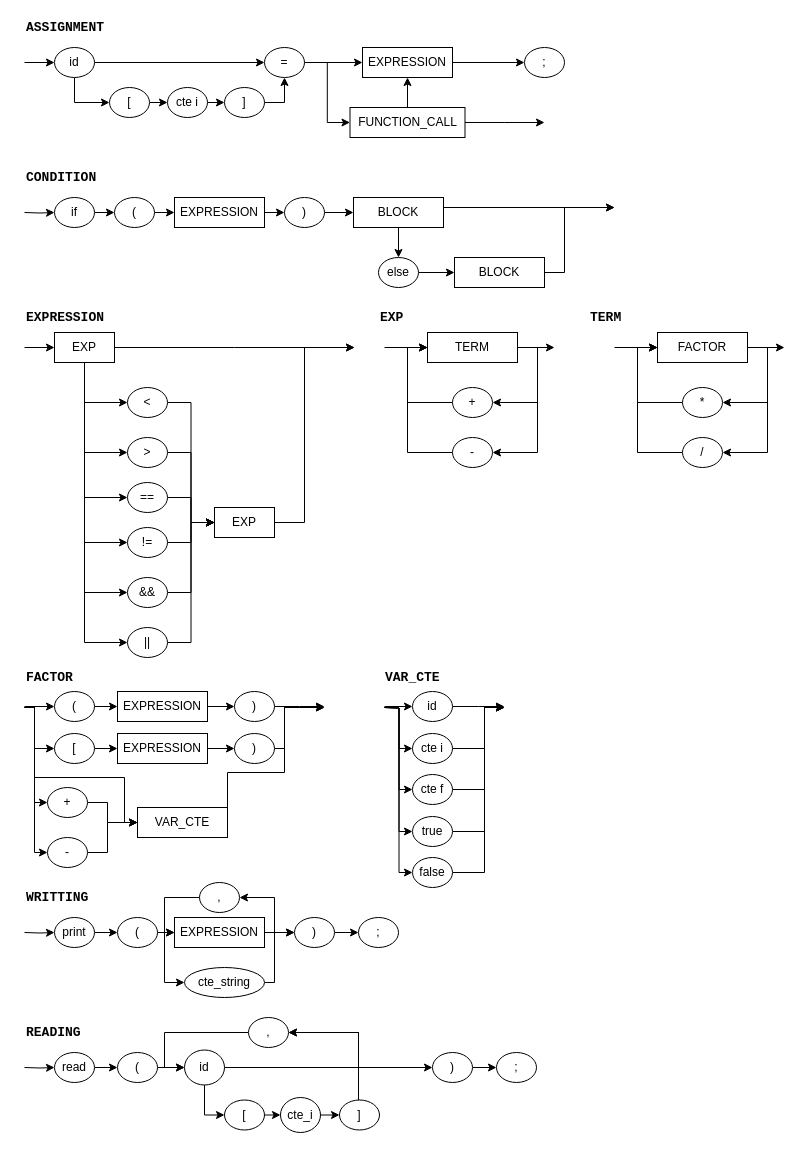
Earlier version of the draw.io diagram page "Page-3" (3 of 4) of documentacion/diagramasGramaticaMaps.drawio (RCH010/manchas). Source tidied: cells renumbered, new cells numbered last; positions are measured from the earlier drawing's top-left corner, leaving out a move shared by most shapes. Both pictures are drawn from the tidied source at 100%, with x=0, y=0 at pixel (24, 17).
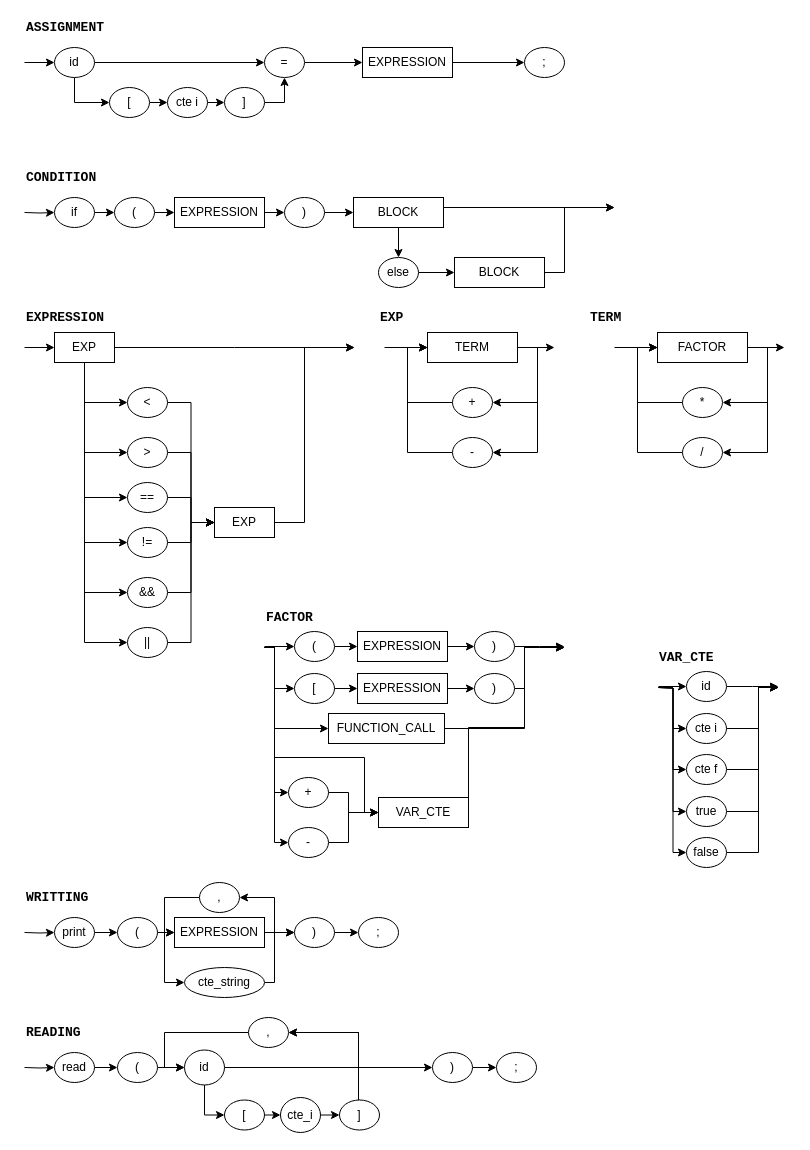
After the change.

The change refers to these unchanged cells:
```xml
<mxCell id="9" value="=" style="ellipse;whiteSpace=wrap;html=1;" parent="1" vertex="1">
  <mxGeometry x="240" y="30" width="40" height="30" as="geometry" />
</mxCell>
<mxCell id="11" value="EXPRESSION" style="whiteSpace=wrap;html=1;" parent="1" vertex="1">
  <mxGeometry x="338" y="30" width="90" height="30" as="geometry" />
</mxCell>
```

Change to the diagram source:
```diff
@@
-    <mxCell id="8" style="edgeStyle=orthogonalEdgeStyle;rounded=0;jettySize=auto;html=1;exitX=1;exitY=0.5;exitDx=0;exitDy=0;entryX=0;entryY=0.5;entryDx=0;entryDy=0;" parent="1" edge="1" source="9" target="153">
-      <mxGeometry relative="1" as="geometry" />
-    </mxCell>
@@
     <mxCell id="80" value="FACTOR" style="text;html=1;align=left;verticalAlign=middle;fontStyle=1;fontSize=13;fontFamily=Courier New;" parent="1" vertex="1">
-      <mxGeometry y="650" width="60" height="20" as="geometry" />
+      <mxGeometry x="240" y="590" width="60" height="20" as="geometry" />
     </mxCell>
@@
     <mxCell id="82" value="(" style="ellipse;whiteSpace=wrap;html=1;" parent="1" vertex="1">
-      <mxGeometry x="30" y="674" width="40" height="30" as="geometry" />
+      <mxGeometry x="270" y="614" width="40" height="30" as="geometry" />
     </mxCell>
     <mxCell id="83" style="endArrow=classic;html=1;entryX=0;entryY=0.5;entryDx=0;entryDy=0;" parent="1" edge="1" target="82">
       <mxGeometry relative="1" as="geometry">
-        <mxPoint y="689" as="sourcePoint" />
+        <mxPoint x="240" y="629" as="sourcePoint" />
       </mxGeometry>
     </mxCell>
@@
     <mxCell id="85" value="EXPRESSION" style="whiteSpace=wrap;html=1;" parent="1" vertex="1">
-      <mxGeometry x="93" y="674" width="90" height="30" as="geometry" />
+      <mxGeometry x="333" y="614" width="90" height="30" as="geometry" />
     </mxCell>
     <mxCell id="86" style="edgeStyle=orthogonalEdgeStyle;rounded=0;jettySize=auto;html=1;exitX=1;exitY=0.5;exitDx=0;exitDy=0;fontFamily=Courier New;fontSize=13;startArrow=none;startFill=0;endArrow=classic;endFill=1;" parent="1" edge="1" source="87">
       <mxGeometry relative="1" as="geometry">
-        <mxPoint x="300" y="689" as="targetPoint" />
+        <mxPoint x="540" y="629" as="targetPoint" />
       </mxGeometry>
     </mxCell>
     <mxCell id="87" value=")" style="ellipse;whiteSpace=wrap;html=1;" parent="1" vertex="1">
-      <mxGeometry x="210" y="674" width="40" height="30" as="geometry" />
+      <mxGeometry x="450" y="614" width="40" height="30" as="geometry" />
     </mxCell>
     <mxCell id="88" style="edgeStyle=orthogonalEdgeStyle;rounded=0;jettySize=auto;html=1;exitX=1;exitY=0.5;exitDx=0;exitDy=0;entryX=0;entryY=0.5;entryDx=0;entryDy=0;fontFamily=Courier New;fontSize=13;startArrow=none;startFill=0;endArrow=classic;endFill=1;" parent="1" edge="1" source="89" target="93">
       <mxGeometry relative="1" as="geometry">
         <Array as="points">
-          <mxPoint x="83" y="785" />
-          <mxPoint x="83" y="805" />
+          <mxPoint x="324" y="775" />
+          <mxPoint x="324" y="795" />
         </Array>
       </mxGeometry>
     </mxCell>
     <mxCell id="89" value="+" style="ellipse;whiteSpace=wrap;html=1;" parent="1" vertex="1">
-      <mxGeometry x="23" y="770" width="40" height="30" as="geometry" />
+      <mxGeometry x="264" y="760" width="40" height="30" as="geometry" />
     </mxCell>
     <mxCell id="90" style="edgeStyle=orthogonalEdgeStyle;rounded=0;jettySize=auto;html=1;exitX=1;exitY=0.5;exitDx=0;exitDy=0;entryX=0;entryY=0.5;entryDx=0;entryDy=0;fontFamily=Courier New;fontSize=13;startArrow=none;startFill=0;endArrow=classic;endFill=1;" parent="1" edge="1" source="91" target="93">
       <mxGeometry relative="1" as="geometry">
         <Array as="points">
-          <mxPoint x="83" y="835" />
-          <mxPoint x="83" y="805" />
+          <mxPoint x="324" y="825" />
+          <mxPoint x="324" y="795" />
         </Array>
       </mxGeometry>
     </mxCell>
     <mxCell id="91" value="-" style="ellipse;whiteSpace=wrap;html=1;" parent="1" vertex="1">
-      <mxGeometry x="23" y="820" width="40" height="30" as="geometry" />
+      <mxGeometry x="264" y="810" width="40" height="30" as="geometry" />
     </mxCell>
     <mxCell id="92" style="edgeStyle=orthogonalEdgeStyle;rounded=0;jettySize=auto;html=1;exitX=1;exitY=0.5;exitDx=0;exitDy=0;fontFamily=Courier New;fontSize=13;startArrow=none;startFill=0;endArrow=classic;endFill=1;" parent="1" edge="1" source="93">
       <mxGeometry relative="1" as="geometry">
-        <mxPoint x="300" y="690" as="targetPoint" />
+        <mxPoint x="540" y="630" as="targetPoint" />
         <Array as="points">
-          <mxPoint x="260" y="755" />
-          <mxPoint x="260" y="690" />
+          <mxPoint x="444" y="710" />
+          <mxPoint x="500" y="710" />
+          <mxPoint x="500" y="630" />
         </Array>
       </mxGeometry>
     </mxCell>
     <mxCell id="93" value="VAR_CTE" style="whiteSpace=wrap;html=1;" parent="1" vertex="1">
-      <mxGeometry x="113" y="790" width="90" height="30" as="geometry" />
+      <mxGeometry x="354" y="780" width="90" height="30" as="geometry" />
     </mxCell>
     <mxCell id="94" style="endArrow=classic;html=1;entryX=0;entryY=0.5;entryDx=0;entryDy=0;rounded=0;edgeStyle=orthogonalEdgeStyle;" parent="1" edge="1" target="89">
       <mxGeometry relative="1" as="geometry">
-        <mxPoint y="690" as="sourcePoint" />
+        <mxPoint x="240" y="630" as="sourcePoint" />
         <Array as="points">
-          <mxPoint x="10" y="690" />
-          <mxPoint x="10" y="785" />
+          <mxPoint x="250" y="630" />
+          <mxPoint x="250" y="775" />
         </Array>
       </mxGeometry>
     </mxCell>
     <mxCell id="95" style="endArrow=classic;html=1;entryX=0;entryY=0.5;entryDx=0;entryDy=0;rounded=0;edgeStyle=orthogonalEdgeStyle;" parent="1" edge="1" target="91">
       <mxGeometry relative="1" as="geometry">
-        <mxPoint y="690" as="sourcePoint" />
+        <mxPoint x="240" y="630" as="sourcePoint" />
         <Array as="points">
-          <mxPoint x="10" y="690" />
-          <mxPoint x="10" y="835" />
+          <mxPoint x="250" y="630" />
+          <mxPoint x="250" y="825" />
         </Array>
       </mxGeometry>
     </mxCell>
     <mxCell id="96" style="endArrow=classic;html=1;entryX=0;entryY=0.5;entryDx=0;entryDy=0;rounded=0;edgeStyle=orthogonalEdgeStyle;" parent="1" edge="1" target="93">
       <mxGeometry relative="1" as="geometry">
-        <mxPoint y="690" as="sourcePoint" />
+        <mxPoint x="240" y="630" as="sourcePoint" />
         <Array as="points">
-          <mxPoint x="10" y="690" />
-          <mxPoint x="10" y="760" />
-          <mxPoint x="100" y="760" />
-          <mxPoint x="100" y="805" />
+          <mxPoint x="250" y="630" />
+          <mxPoint x="250" y="740" />
+          <mxPoint x="340" y="740" />
+          <mxPoint x="340" y="795" />
         </Array>
       </mxGeometry>
     </mxCell>
     <mxCell id="97" value="VAR_CTE" style="text;html=1;align=left;verticalAlign=middle;fontStyle=1;fontSize=13;fontFamily=Courier New;" parent="1" vertex="1">
-      <mxGeometry x="359" y="650" width="70" height="20" as="geometry" />
+      <mxGeometry x="633" y="630" width="70" height="20" as="geometry" />
     </mxCell>
     <mxCell id="98" style="edgeStyle=orthogonalEdgeStyle;rounded=0;jettySize=auto;html=1;exitX=1;exitY=0.5;exitDx=0;exitDy=0;fontFamily=Courier New;fontSize=13;startArrow=none;startFill=0;endArrow=classic;endFill=1;" parent="1" edge="1" source="99">
       <mxGeometry relative="1" as="geometry">
-        <mxPoint x="480" y="689" as="targetPoint" />
+        <mxPoint x="754" y="669" as="targetPoint" />
       </mxGeometry>
     </mxCell>
     <mxCell id="99" value="id" style="ellipse;whiteSpace=wrap;html=1;" parent="1" vertex="1">
-      <mxGeometry x="388" y="674" width="40" height="30" as="geometry" />
+      <mxGeometry x="662" y="654" width="40" height="30" as="geometry" />
     </mxCell>
     <mxCell id="100" style="endArrow=classic;html=1;entryX=0;entryY=0.5;entryDx=0;entryDy=0;" parent="1" edge="1" target="99">
       <mxGeometry relative="1" as="geometry">
-        <mxPoint x="360" y="689" as="sourcePoint" />
+        <mxPoint x="634" y="669" as="sourcePoint" />
       </mxGeometry>
     </mxCell>
     <mxCell id="101" style="edgeStyle=orthogonalEdgeStyle;rounded=0;jettySize=auto;html=1;exitX=1;exitY=0.5;exitDx=0;exitDy=0;fontFamily=Courier New;fontSize=13;startArrow=none;startFill=0;endArrow=classic;endFill=1;" parent="1" edge="1" source="102">
       <mxGeometry relative="1" as="geometry">
-        <mxPoint x="480" y="690" as="targetPoint" />
+        <mxPoint x="754" y="670" as="targetPoint" />
         <Array as="points">
-          <mxPoint x="460" y="731" />
-          <mxPoint x="460" y="690" />
+          <mxPoint x="734" y="711" />
+          <mxPoint x="734" y="670" />
         </Array>
       </mxGeometry>
     </mxCell>
     <mxCell id="102" value="cte i" style="ellipse;whiteSpace=wrap;html=1;" parent="1" vertex="1">
-      <mxGeometry x="388" y="716" width="40" height="30" as="geometry" />
+      <mxGeometry x="662" y="696" width="40" height="30" as="geometry" />
     </mxCell>
     <mxCell id="103" style="edgeStyle=orthogonalEdgeStyle;rounded=0;jettySize=auto;html=1;exitX=1;exitY=0.5;exitDx=0;exitDy=0;fontFamily=Courier New;fontSize=13;startArrow=none;startFill=0;endArrow=classic;endFill=1;" parent="1" edge="1" source="104">
       <mxGeometry relative="1" as="geometry">
-        <mxPoint x="480" y="690" as="targetPoint" />
+        <mxPoint x="754" y="670" as="targetPoint" />
         <Array as="points">
-          <mxPoint x="460" y="772" />
-          <mxPoint x="460" y="690" />
+          <mxPoint x="734" y="752" />
+          <mxPoint x="734" y="670" />
         </Array>
       </mxGeometry>
     </mxCell>
     <mxCell id="104" value="cte f" style="ellipse;whiteSpace=wrap;html=1;" parent="1" vertex="1">
-      <mxGeometry x="388" y="757" width="40" height="30" as="geometry" />
+      <mxGeometry x="662" y="737" width="40" height="30" as="geometry" />
     </mxCell>
     <mxCell id="105" style="edgeStyle=orthogonalEdgeStyle;rounded=0;jettySize=auto;html=1;exitX=1;exitY=0.5;exitDx=0;exitDy=0;fontFamily=Courier New;fontSize=13;startArrow=none;startFill=0;endArrow=classic;endFill=1;" parent="1" edge="1" source="106">
       <mxGeometry relative="1" as="geometry">
-        <mxPoint x="480" y="690" as="targetPoint" />
+        <mxPoint x="754" y="670" as="targetPoint" />
         <Array as="points">
-          <mxPoint x="460" y="814" />
-          <mxPoint x="460" y="690" />
+          <mxPoint x="734" y="794" />
+          <mxPoint x="734" y="670" />
         </Array>
       </mxGeometry>
     </mxCell>
     <mxCell id="106" value="true" style="ellipse;whiteSpace=wrap;html=1;" parent="1" vertex="1">
-      <mxGeometry x="388" y="799" width="40" height="30" as="geometry" />
+      <mxGeometry x="662" y="779" width="40" height="30" as="geometry" />
     </mxCell>
     <mxCell id="107" style="edgeStyle=orthogonalEdgeStyle;rounded=0;jettySize=auto;html=1;exitX=1;exitY=0.5;exitDx=0;exitDy=0;fontFamily=Courier New;fontSize=13;startArrow=none;startFill=0;endArrow=classic;endFill=1;" parent="1" edge="1" source="108">
       <mxGeometry relative="1" as="geometry">
-        <mxPoint x="480" y="690" as="targetPoint" />
+        <mxPoint x="754" y="670" as="targetPoint" />
         <Array as="points">
-          <mxPoint x="460" y="855" />
-          <mxPoint x="460" y="690" />
+          <mxPoint x="734" y="835" />
+          <mxPoint x="734" y="670" />
         </Array>
       </mxGeometry>
     </mxCell>
     <mxCell id="108" value="false" style="ellipse;whiteSpace=wrap;html=1;" parent="1" vertex="1">
-      <mxGeometry x="388" y="840" width="40" height="30" as="geometry" />
+      <mxGeometry x="662" y="820" width="40" height="30" as="geometry" />
     </mxCell>
     <mxCell id="109" style="endArrow=classic;html=1;entryX=0;entryY=0.5;entryDx=0;entryDy=0;rounded=0;edgeStyle=orthogonalEdgeStyle;" parent="1" edge="1" target="102">
       <mxGeometry relative="1" as="geometry">
-        <mxPoint x="360" y="690" as="sourcePoint" />
+        <mxPoint x="634" y="670" as="sourcePoint" />
       </mxGeometry>
     </mxCell>
     <mxCell id="110" style="endArrow=classic;html=1;entryX=0;entryY=0.5;entryDx=0;entryDy=0;rounded=0;edgeStyle=orthogonalEdgeStyle;" parent="1" edge="1" target="104">
       <mxGeometry relative="1" as="geometry">
-        <mxPoint x="360" y="690" as="sourcePoint" />
+        <mxPoint x="634" y="670" as="sourcePoint" />
       </mxGeometry>
     </mxCell>
     <mxCell id="111" style="endArrow=classic;html=1;entryX=0;entryY=0.5;entryDx=0;entryDy=0;rounded=0;edgeStyle=orthogonalEdgeStyle;" parent="1" edge="1" target="108">
       <mxGeometry relative="1" as="geometry">
-        <mxPoint x="360" y="690" as="sourcePoint" />
+        <mxPoint x="634" y="670" as="sourcePoint" />
       </mxGeometry>
     </mxCell>
     <mxCell id="112" style="endArrow=classic;html=1;entryX=0;entryY=0.5;entryDx=0;entryDy=0;rounded=0;edgeStyle=orthogonalEdgeStyle;" parent="1" edge="1" target="106">
       <mxGeometry relative="1" as="geometry">
-        <mxPoint x="360" y="690" as="sourcePoint" />
+        <mxPoint x="634" y="670" as="sourcePoint" />
       </mxGeometry>
     </mxCell>
@@
-    <mxCell id="151" style="edgeStyle=orthogonalEdgeStyle;rounded=0;jettySize=auto;html=1;exitX=1;exitY=0.5;exitDx=0;exitDy=0;" parent="1" edge="1" source="153">
-      <mxGeometry relative="1" as="geometry">
-        <mxPoint x="520" y="105" as="targetPoint" />
-      </mxGeometry>
-    </mxCell>
-    <mxCell id="152" style="edgeStyle=orthogonalEdgeStyle;rounded=0;jettySize=auto;html=1;exitX=0.5;exitY=0;exitDx=0;exitDy=0;entryX=0.5;entryY=1;entryDx=0;entryDy=0;" parent="1" edge="1" source="153" target="11">
-      <mxGeometry relative="1" as="geometry" />
-    </mxCell>
-    <mxCell id="153" value="FUNCTION_CALL" style="whiteSpace=wrap;html=1;" parent="1" vertex="1">
-      <mxGeometry x="325.5" y="90" width="115" height="30" as="geometry" />
-    </mxCell>
@@
     <mxCell id="155" value="[" style="ellipse;whiteSpace=wrap;html=1;" parent="1" vertex="1">
-      <mxGeometry x="30" y="716" width="40" height="30" as="geometry" />
+      <mxGeometry x="270" y="656" width="40" height="30" as="geometry" />
     </mxCell>
@@
     <mxCell id="157" value="EXPRESSION" style="whiteSpace=wrap;html=1;" parent="1" vertex="1">
-      <mxGeometry x="93" y="716" width="90" height="30" as="geometry" />
+      <mxGeometry x="333" y="656" width="90" height="30" as="geometry" />
     </mxCell>
     <mxCell id="158" style="edgeStyle=orthogonalEdgeStyle;rounded=0;jettySize=auto;html=1;exitX=1;exitY=0.5;exitDx=0;exitDy=0;" parent="1" edge="1" source="159">
       <mxGeometry relative="1" as="geometry">
-        <mxPoint x="300" y="690" as="targetPoint" />
+        <mxPoint x="540" y="630" as="targetPoint" />
         <Array as="points">
-          <mxPoint x="260" y="731" />
-          <mxPoint x="260" y="690" />
+          <mxPoint x="500" y="671" />
+          <mxPoint x="500" y="630" />
         </Array>
       </mxGeometry>
     </mxCell>
     <mxCell id="159" value=")" style="ellipse;whiteSpace=wrap;html=1;" parent="1" vertex="1">
-      <mxGeometry x="210" y="716" width="40" height="30" as="geometry" />
+      <mxGeometry x="450" y="656" width="40" height="30" as="geometry" />
     </mxCell>
     <mxCell id="160" style="endArrow=classic;html=1;entryX=0;entryY=0.5;entryDx=0;entryDy=0;rounded=0;edgeStyle=orthogonalEdgeStyle;" parent="1" edge="1" target="155">
       <mxGeometry relative="1" as="geometry">
-        <mxPoint y="690" as="sourcePoint" />
+        <mxPoint x="240" y="630" as="sourcePoint" />
         <Array as="points">
-          <mxPoint x="10" y="690" />
-          <mxPoint x="10" y="731" />
+          <mxPoint x="250" y="630" />
+          <mxPoint x="250" y="671" />
         </Array>
       </mxGeometry>
     </mxCell>
+    <mxCell id="161" style="edgeStyle=orthogonalEdgeStyle;rounded=0;jettySize=auto;html=1;exitX=1;exitY=0.5;exitDx=0;exitDy=0;" parent="1" edge="1" source="153">
+      <mxGeometry relative="1" as="geometry">
+        <mxPoint x="540" y="630" as="targetPoint" />
+        <Array as="points">
+          <mxPoint x="500" y="711" />
+          <mxPoint x="500" y="630" />
+        </Array>
+      </mxGeometry>
+    </mxCell>
+    <mxCell id="153" value="FUNCTION_CALL" style="whiteSpace=wrap;html=1;" parent="1" vertex="1">
+      <mxGeometry x="304" y="696" width="116" height="30" as="geometry" />
+    </mxCell>
+    <mxCell id="162" style="endArrow=classic;html=1;entryX=0;entryY=0.5;entryDx=0;entryDy=0;rounded=0;edgeStyle=orthogonalEdgeStyle;" parent="1" edge="1" target="153">
+      <mxGeometry relative="1" as="geometry">
+        <mxPoint x="240" y="630" as="sourcePoint" />
+        <Array as="points">
+          <mxPoint x="250" y="630" />
+          <mxPoint x="250" y="711" />
+        </Array>
+      </mxGeometry>
+    </mxCell>
```
